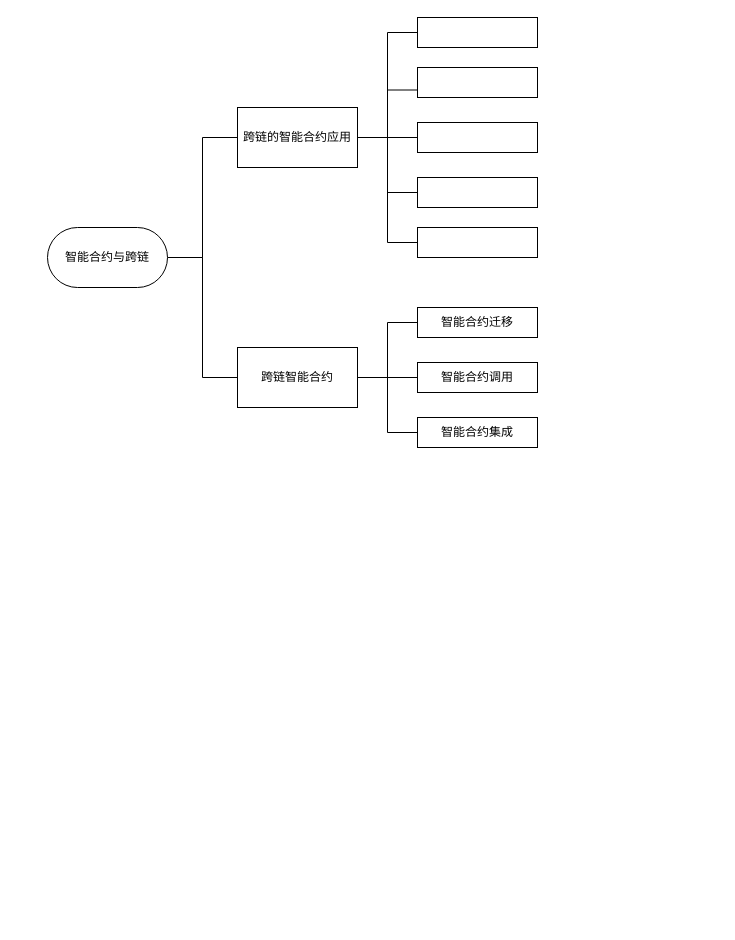
Earlier version of the draw.io diagram 未命名绘图.drawio (hzhdl/crosschain_SC). Source tidied: cells renumbered, new cells numbered last; positions are measured from the earlier drawing's top-left corner, leaving out a move shared by most shapes. Both pictures are drawn from the tidied source at 100%, with x=0, y=0 at pixel (47, 17).
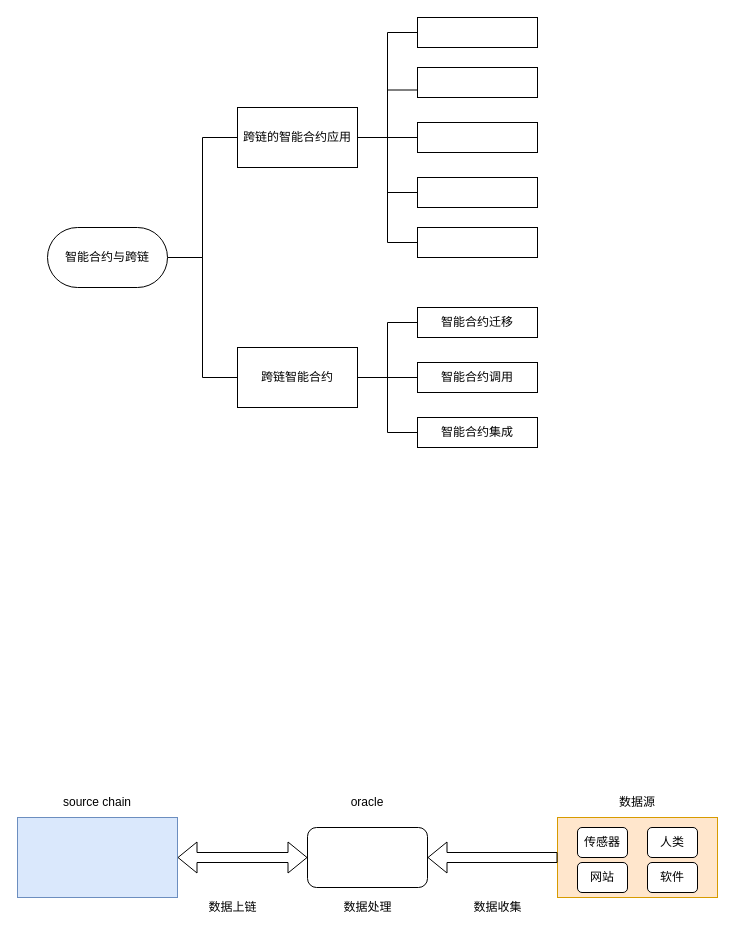
After the change.

Commit message:
更新未命名绘图.drawio

Change to the diagram source:
```diff
@@
+    <mxCell id="23" style="rounded=0;whiteSpace=wrap;html=1;fillColor=#dae8fc;strokeColor=#6c8ebf;" parent="1" vertex="1">
+      <mxGeometry x="-30" y="800" width="160" height="80" as="geometry" />
+    </mxCell>
+    <mxCell id="24" style="rounded=0;whiteSpace=wrap;html=1;fillColor=#ffe6cc;strokeColor=#d79b00;" parent="1" vertex="1">
+      <mxGeometry x="510" y="800" width="160" height="80" as="geometry" />
+    </mxCell>
+    <mxCell id="25" value="source chain" style="text;html=1;strokeColor=none;fillColor=none;align=center;verticalAlign=middle;whiteSpace=wrap;rounded=0;" parent="1" vertex="1">
+      <mxGeometry x="5" y="770" width="90" height="30" as="geometry" />
+    </mxCell>
+    <mxCell id="26" value="数据源" style="text;html=1;strokeColor=none;fillColor=none;align=center;verticalAlign=middle;whiteSpace=wrap;rounded=0;" parent="1" vertex="1">
+      <mxGeometry x="560" y="770" width="60" height="30" as="geometry" />
+    </mxCell>
+    <mxCell id="27" style="rounded=1;whiteSpace=wrap;html=1;" parent="1" vertex="1">
+      <mxGeometry x="260" y="810" width="120" height="60" as="geometry" />
+    </mxCell>
+    <mxCell id="28" value="oracle" style="text;html=1;strokeColor=none;fillColor=none;align=center;verticalAlign=middle;whiteSpace=wrap;rounded=0;" parent="1" vertex="1">
+      <mxGeometry x="290" y="770" width="60" height="30" as="geometry" />
+    </mxCell>
+    <mxCell id="29" style="shape=flexArrow;endArrow=classic;startArrow=classic;html=1;rounded=0;exitX=1;exitY=0.5;exitDx=0;exitDy=0;entryX=0;entryY=0.5;entryDx=0;entryDy=0;" parent="1" edge="1" source="23" target="27">
+      <mxGeometry relative="1" as="geometry" />
+    </mxCell>
+    <mxCell id="30" style="shape=flexArrow;endArrow=classic;html=1;rounded=0;entryX=1;entryY=0.5;entryDx=0;entryDy=0;exitX=0;exitY=0.5;exitDx=0;exitDy=0;" parent="1" edge="1" source="24" target="27">
+      <mxGeometry relative="1" as="geometry" />
+    </mxCell>
+    <mxCell id="31" value="数据收集" style="text;html=1;align=center;verticalAlign=middle;strokeColor=none;fillColor=none;" parent="1" vertex="1">
+      <mxGeometry x="415" y="875" width="70" height="30" as="geometry" />
+    </mxCell>
+    <mxCell id="32" value="数据上链" style="text;html=1;align=center;verticalAlign=middle;strokeColor=none;fillColor=none;" parent="1" vertex="1">
+      <mxGeometry x="150" y="875" width="70" height="30" as="geometry" />
+    </mxCell>
+    <mxCell id="33" value="数据处理" style="text;html=1;align=center;verticalAlign=middle;strokeColor=none;fillColor=none;" parent="1" vertex="1">
+      <mxGeometry x="285" y="875" width="70" height="30" as="geometry" />
+    </mxCell>
+    <mxCell id="34" value="传感器" style="rounded=1;whiteSpace=wrap;html=1;" parent="1" vertex="1">
+      <mxGeometry x="530" y="810" width="50" height="30" as="geometry" />
+    </mxCell>
+    <mxCell id="35" value="人类" style="rounded=1;whiteSpace=wrap;html=1;" parent="1" vertex="1">
+      <mxGeometry x="600" y="810" width="50" height="30" as="geometry" />
+    </mxCell>
+    <mxCell id="36" value="网站" style="rounded=1;whiteSpace=wrap;html=1;" parent="1" vertex="1">
+      <mxGeometry x="530" y="845" width="50" height="30" as="geometry" />
+    </mxCell>
+    <mxCell id="37" value="软件" style="rounded=1;whiteSpace=wrap;html=1;" parent="1" vertex="1">
+      <mxGeometry x="600" y="845" width="50" height="30" as="geometry" />
+    </mxCell>
```
